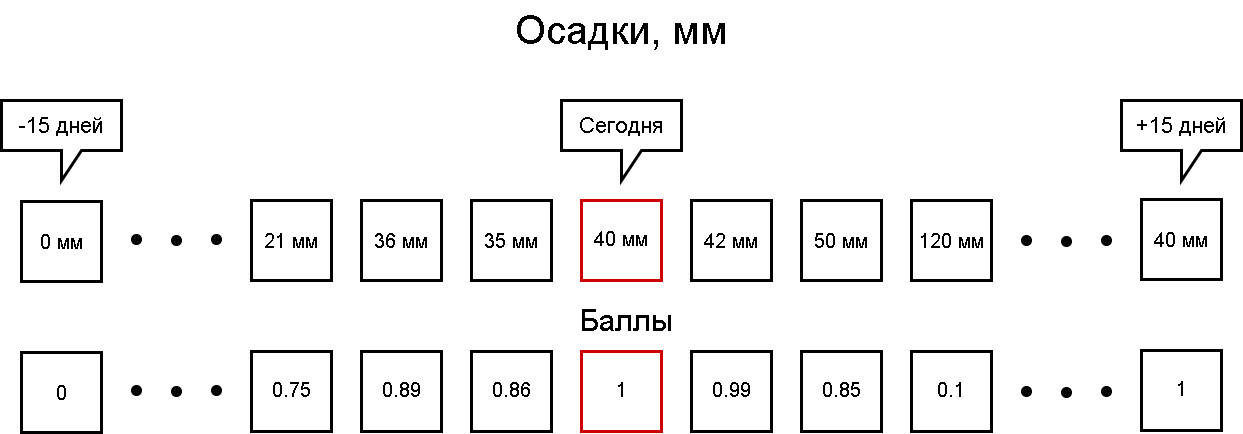
Yerlan999/CowsGPSTracker-KazATU keeps this draw.io diagram as diagrams/Simulation Sample PI.png. Above is the earlier version. Source tidied: cells renumbered, new cells last; positions are measured from the earlier drawing's top-left corner, leaving out a move shared by most shapes. Source of this version:
```xml
<mxGraphModel>
  <root>
    <mxCell id="0" />
    <mxCell id="1" parent="0" />
    <mxCell id="2" value="&lt;sup&gt;&lt;span style=&quot;font-size: 20px&quot;&gt;40 мм&lt;/span&gt;&lt;br&gt;&lt;/sup&gt;" style="whiteSpace=wrap;html=1;strokeWidth=3;strokeColor=#CC0000;" parent="1" vertex="1">
      <mxGeometry x="580" y="200" width="80" height="80" as="geometry" />
    </mxCell>
    <mxCell id="3" value="&lt;span style=&quot;font-size: 20px&quot;&gt;42 мм&lt;/span&gt;&lt;sup&gt;&lt;br&gt;&lt;/sup&gt;" style="whiteSpace=wrap;html=1;strokeWidth=3;" parent="1" vertex="1">
      <mxGeometry x="690" y="200" width="80" height="80" as="geometry" />
    </mxCell>
    <mxCell id="4" value="&lt;span style=&quot;font-size: 20px&quot;&gt;50 мм&lt;/span&gt;&lt;sup&gt;&lt;br&gt;&lt;/sup&gt;" style="whiteSpace=wrap;html=1;strokeWidth=3;" parent="1" vertex="1">
      <mxGeometry x="800" y="200" width="80" height="80" as="geometry" />
    </mxCell>
    <mxCell id="5" value="&lt;span style=&quot;font-size: 20px&quot;&gt;120 мм&lt;/span&gt;&lt;sup&gt;&lt;br&gt;&lt;/sup&gt;" style="whiteSpace=wrap;html=1;strokeWidth=3;" parent="1" vertex="1">
      <mxGeometry x="910" y="200" width="80" height="80" as="geometry" />
    </mxCell>
    <mxCell id="6" value="&lt;span style=&quot;font-size: 20px&quot;&gt;21 мм&lt;/span&gt;&lt;sup&gt;&lt;br&gt;&lt;/sup&gt;" style="whiteSpace=wrap;html=1;strokeWidth=3;" parent="1" vertex="1">
      <mxGeometry x="250" y="200" width="80" height="80" as="geometry" />
    </mxCell>
    <mxCell id="7" value="&lt;span style=&quot;font-size: 20px&quot;&gt;36 мм&lt;/span&gt;&lt;sup&gt;&lt;br&gt;&lt;/sup&gt;" style="whiteSpace=wrap;html=1;strokeWidth=3;" parent="1" vertex="1">
      <mxGeometry x="360" y="200" width="80" height="80" as="geometry" />
    </mxCell>
    <mxCell id="8" value="&lt;span style=&quot;font-size: 20px&quot;&gt;35 мм&lt;/span&gt;&lt;sup&gt;&lt;br&gt;&lt;/sup&gt;" style="whiteSpace=wrap;html=1;strokeWidth=3;" parent="1" vertex="1">
      <mxGeometry x="470" y="200" width="80" height="80" as="geometry" />
    </mxCell>
    <mxCell id="9" value="&lt;font style=&quot;font-size: 22px&quot;&gt;Сегодня&lt;/font&gt;" style="shape=callout;whiteSpace=wrap;html=1;perimeter=calloutPerimeter;strokeWidth=3;" parent="1" vertex="1">
      <mxGeometry x="560" y="100" width="120" height="80" as="geometry" />
    </mxCell>
    <mxCell id="10" style="shape=ellipse;html=1;fillColor=#000000;strokeWidth=1;" parent="1" vertex="1">
      <mxGeometry x="210" y="234" width="10" height="10" as="geometry" />
    </mxCell>
    <mxCell id="11" style="shape=ellipse;html=1;fillColor=#000000;strokeWidth=1;" parent="1" vertex="1">
      <mxGeometry x="170" y="235" width="10" height="10" as="geometry" />
    </mxCell>
    <mxCell id="12" style="shape=ellipse;html=1;fillColor=#000000;strokeWidth=1;" parent="1" vertex="1">
      <mxGeometry x="130" y="234" width="10" height="10" as="geometry" />
    </mxCell>
    <mxCell id="13" style="shape=ellipse;html=1;fillColor=#000000;strokeWidth=1;" parent="1" vertex="1">
      <mxGeometry x="1100" y="235" width="10" height="10" as="geometry" />
    </mxCell>
    <mxCell id="14" style="shape=ellipse;html=1;fillColor=#000000;strokeWidth=1;" parent="1" vertex="1">
      <mxGeometry x="1060" y="236" width="10" height="10" as="geometry" />
    </mxCell>
    <mxCell id="15" style="shape=ellipse;html=1;fillColor=#000000;strokeWidth=1;" parent="1" vertex="1">
      <mxGeometry x="1020" y="235" width="10" height="10" as="geometry" />
    </mxCell>
    <mxCell id="16" value="&lt;span style=&quot;font-size: 20px&quot;&gt;0 мм&lt;/span&gt;&lt;sup&gt;&lt;br&gt;&lt;/sup&gt;" style="whiteSpace=wrap;html=1;strokeWidth=3;" parent="1" vertex="1">
      <mxGeometry x="20" y="201" width="80" height="80" as="geometry" />
    </mxCell>
    <mxCell id="17" value="&lt;span style=&quot;font-size: 20px&quot;&gt;40 мм&lt;/span&gt;&lt;sup&gt;&lt;br&gt;&lt;/sup&gt;" style="whiteSpace=wrap;html=1;strokeWidth=3;" parent="1" vertex="1">
      <mxGeometry x="1140" y="199" width="80" height="80" as="geometry" />
    </mxCell>
    <mxCell id="18" value="&lt;font style=&quot;font-size: 22px&quot;&gt;-15 дней&lt;/font&gt;" style="shape=callout;whiteSpace=wrap;html=1;perimeter=calloutPerimeter;strokeWidth=3;" parent="1" vertex="1">
      <mxGeometry y="100" width="120" height="80" as="geometry" />
    </mxCell>
    <mxCell id="19" value="&lt;font style=&quot;font-size: 22px&quot;&gt;+15 дней&lt;/font&gt;" style="shape=callout;whiteSpace=wrap;html=1;perimeter=calloutPerimeter;strokeWidth=3;" parent="1" vertex="1">
      <mxGeometry x="1120" y="100" width="120" height="80" as="geometry" />
    </mxCell>
    <mxCell id="20" value="&lt;sup&gt;&lt;span style=&quot;font-size: 20px&quot;&gt;1&lt;/span&gt;&lt;br&gt;&lt;/sup&gt;" style="whiteSpace=wrap;html=1;strokeWidth=3;strokeColor=#CC0000;" parent="1" vertex="1">
      <mxGeometry x="580" y="351" width="80" height="80" as="geometry" />
    </mxCell>
    <mxCell id="21" value="&lt;sup&gt;&lt;span style=&quot;font-size: 20px&quot;&gt;0.99&lt;/span&gt;&lt;br&gt;&lt;/sup&gt;" style="whiteSpace=wrap;html=1;strokeWidth=3;" parent="1" vertex="1">
      <mxGeometry x="690" y="351" width="80" height="80" as="geometry" />
    </mxCell>
    <mxCell id="22" value="&lt;sup&gt;&lt;span style=&quot;font-size: 20px&quot;&gt;0.85&lt;/span&gt;&lt;br&gt;&lt;/sup&gt;" style="whiteSpace=wrap;html=1;strokeWidth=3;" parent="1" vertex="1">
      <mxGeometry x="800" y="351" width="80" height="80" as="geometry" />
    </mxCell>
    <mxCell id="23" value="&lt;sup&gt;&lt;span style=&quot;font-size: 20px&quot;&gt;0.1&lt;/span&gt;&lt;br&gt;&lt;/sup&gt;" style="whiteSpace=wrap;html=1;strokeWidth=3;" parent="1" vertex="1">
      <mxGeometry x="910" y="351" width="80" height="80" as="geometry" />
    </mxCell>
    <mxCell id="24" value="&lt;sup&gt;&lt;span style=&quot;font-size: 20px&quot;&gt;0.75&lt;/span&gt;&lt;br&gt;&lt;/sup&gt;" style="whiteSpace=wrap;html=1;strokeWidth=3;" parent="1" vertex="1">
      <mxGeometry x="250" y="351" width="80" height="80" as="geometry" />
    </mxCell>
    <mxCell id="25" value="&lt;sup&gt;&lt;span style=&quot;font-size: 20px&quot;&gt;0.89&lt;/span&gt;&lt;br&gt;&lt;/sup&gt;" style="whiteSpace=wrap;html=1;strokeWidth=3;" parent="1" vertex="1">
      <mxGeometry x="360" y="351" width="80" height="80" as="geometry" />
    </mxCell>
    <mxCell id="26" value="&lt;sup&gt;&lt;span style=&quot;font-size: 20px&quot;&gt;0.86&lt;/span&gt;&lt;br&gt;&lt;/sup&gt;" style="whiteSpace=wrap;html=1;strokeWidth=3;" parent="1" vertex="1">
      <mxGeometry x="470" y="351" width="80" height="80" as="geometry" />
    </mxCell>
    <mxCell id="27" style="shape=ellipse;html=1;fillColor=#000000;strokeWidth=1;" parent="1" vertex="1">
      <mxGeometry x="210" y="385" width="10" height="10" as="geometry" />
    </mxCell>
    <mxCell id="28" style="shape=ellipse;html=1;fillColor=#000000;strokeWidth=1;" parent="1" vertex="1">
      <mxGeometry x="170" y="386" width="10" height="10" as="geometry" />
    </mxCell>
    <mxCell id="29" style="shape=ellipse;html=1;fillColor=#000000;strokeWidth=1;" parent="1" vertex="1">
      <mxGeometry x="130" y="385" width="10" height="10" as="geometry" />
    </mxCell>
    <mxCell id="30" style="shape=ellipse;html=1;fillColor=#000000;strokeWidth=1;" parent="1" vertex="1">
      <mxGeometry x="1100" y="386" width="10" height="10" as="geometry" />
    </mxCell>
    <mxCell id="31" style="shape=ellipse;html=1;fillColor=#000000;strokeWidth=1;" parent="1" vertex="1">
      <mxGeometry x="1060" y="387" width="10" height="10" as="geometry" />
    </mxCell>
    <mxCell id="32" style="shape=ellipse;html=1;fillColor=#000000;strokeWidth=1;" parent="1" vertex="1">
      <mxGeometry x="1020" y="386" width="10" height="10" as="geometry" />
    </mxCell>
    <mxCell id="33" value="&lt;font style=&quot;font-size: 20px&quot;&gt;0&lt;/font&gt;&lt;sup&gt;&lt;br&gt;&lt;/sup&gt;" style="whiteSpace=wrap;html=1;strokeWidth=3;" parent="1" vertex="1">
      <mxGeometry x="20" y="352" width="80" height="80" as="geometry" />
    </mxCell>
    <mxCell id="34" value="&lt;sup&gt;&lt;span style=&quot;font-size: 20px&quot;&gt;1&lt;/span&gt;&lt;br&gt;&lt;/sup&gt;" style="whiteSpace=wrap;html=1;strokeWidth=3;" parent="1" vertex="1">
      <mxGeometry x="1140" y="350" width="80" height="80" as="geometry" />
    </mxCell>
    <mxCell id="35" value="&lt;span style=&quot;font-size: 40px&quot;&gt;Осадки, мм&lt;/span&gt;" style="text;html=1;strokeColor=none;fillColor=none;align=center;verticalAlign=middle;whiteSpace=wrap;rounded=0;" parent="1" vertex="1">
      <mxGeometry x="475" width="290" height="60" as="geometry" />
    </mxCell>
    <mxCell id="36" value="&lt;font style=&quot;font-size: 30px&quot;&gt;Баллы&lt;/font&gt;" style="text;html=1;strokeColor=none;fillColor=none;align=center;verticalAlign=middle;whiteSpace=wrap;rounded=0;" parent="1" vertex="1">
      <mxGeometry x="480" y="290" width="290" height="60" as="geometry" />
    </mxCell>
  </root>
</mxGraphModel>
```
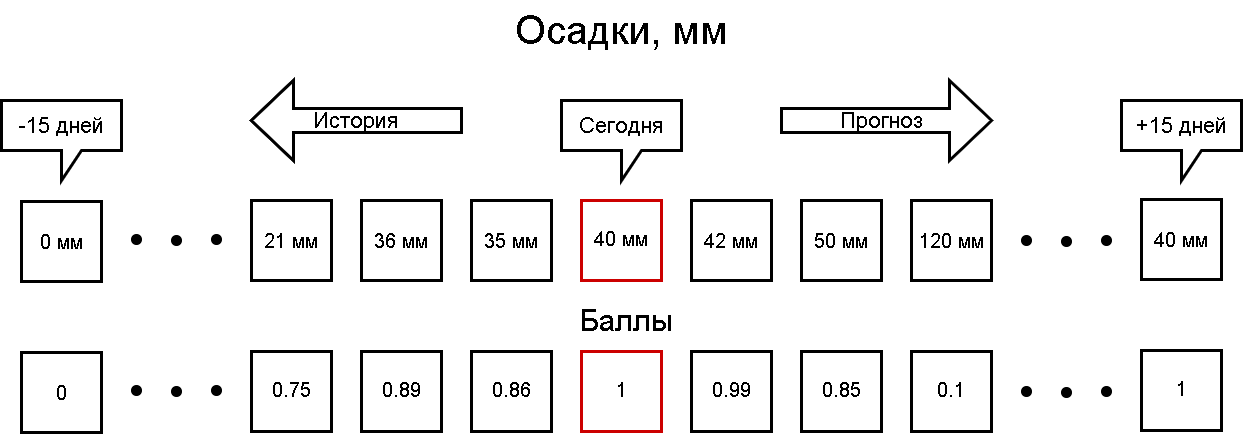
After the change.

Change to the diagram source:
```diff
@@ -107,5 +107,17 @@
     <mxCell id="36" value="&lt;font style=&quot;font-size: 30px&quot;&gt;Баллы&lt;/font&gt;" style="text;html=1;strokeColor=none;fillColor=none;align=center;verticalAlign=middle;whiteSpace=wrap;rounded=0;" parent="1" vertex="1">
       <mxGeometry x="480" y="290" width="290" height="60" as="geometry" />
     </mxCell>
+    <mxCell id="37" value="&lt;font style=&quot;font-size: 22px&quot;&gt;История&lt;/font&gt;" style="shape=singleArrow;direction=west;whiteSpace=wrap;html=1;strokeWidth=3;" parent="1" vertex="1">
+      <mxGeometry x="250" y="80" width="210" height="80" as="geometry" />
+    </mxCell>
+    <mxCell id="38" style="shape=singleArrow;direction=west;whiteSpace=wrap;html=1;strokeWidth=3;rotation=-180;horizontal=1;verticalAlign=middle;" parent="1" vertex="1">
+      <mxGeometry x="780" y="80" width="210" height="80" as="geometry" />
+    </mxCell>
+    <mxCell id="39" value="&lt;font style=&quot;font-size: 22px&quot;&gt;Прогноз&lt;/font&gt;" style="text;html=1;align=center;verticalAlign=middle;" parent="1" vertex="1">
+      <mxGeometry x="830" y="110" width="100" height="20" as="geometry" />
+    </mxCell>
+    <mxCell id="40" value="&lt;font style=&quot;font-size: 22px&quot;&gt;История&lt;/font&gt;" style="shape=singleArrow;direction=west;whiteSpace=wrap;html=1;strokeWidth=3;" parent="1" vertex="1">
+      <mxGeometry x="250" y="80" width="210" height="80" as="geometry" />
+    </mxCell>
   </root>
 </mxGraphModel>
```
